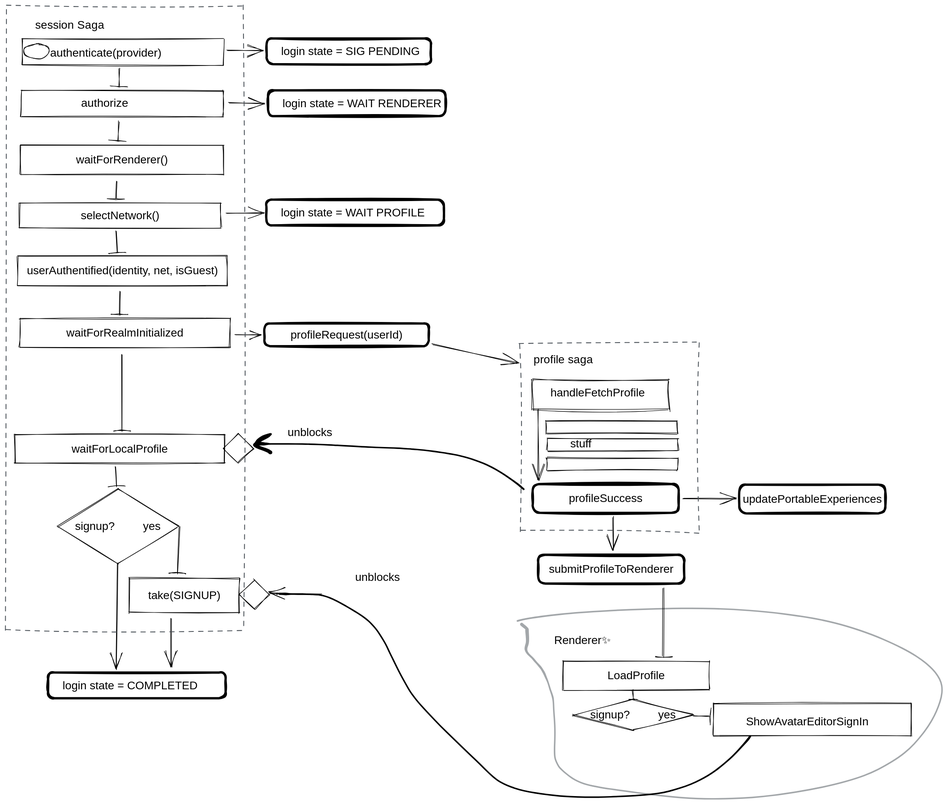
Above: docs/sagas.excalidraw.svg in decentraland/kernel (Excalidraw), before the change. Source tidied: one line per element, renumbered; positions are measured from the earlier drawing's top-left corner, leaving out a move shared by most shapes.
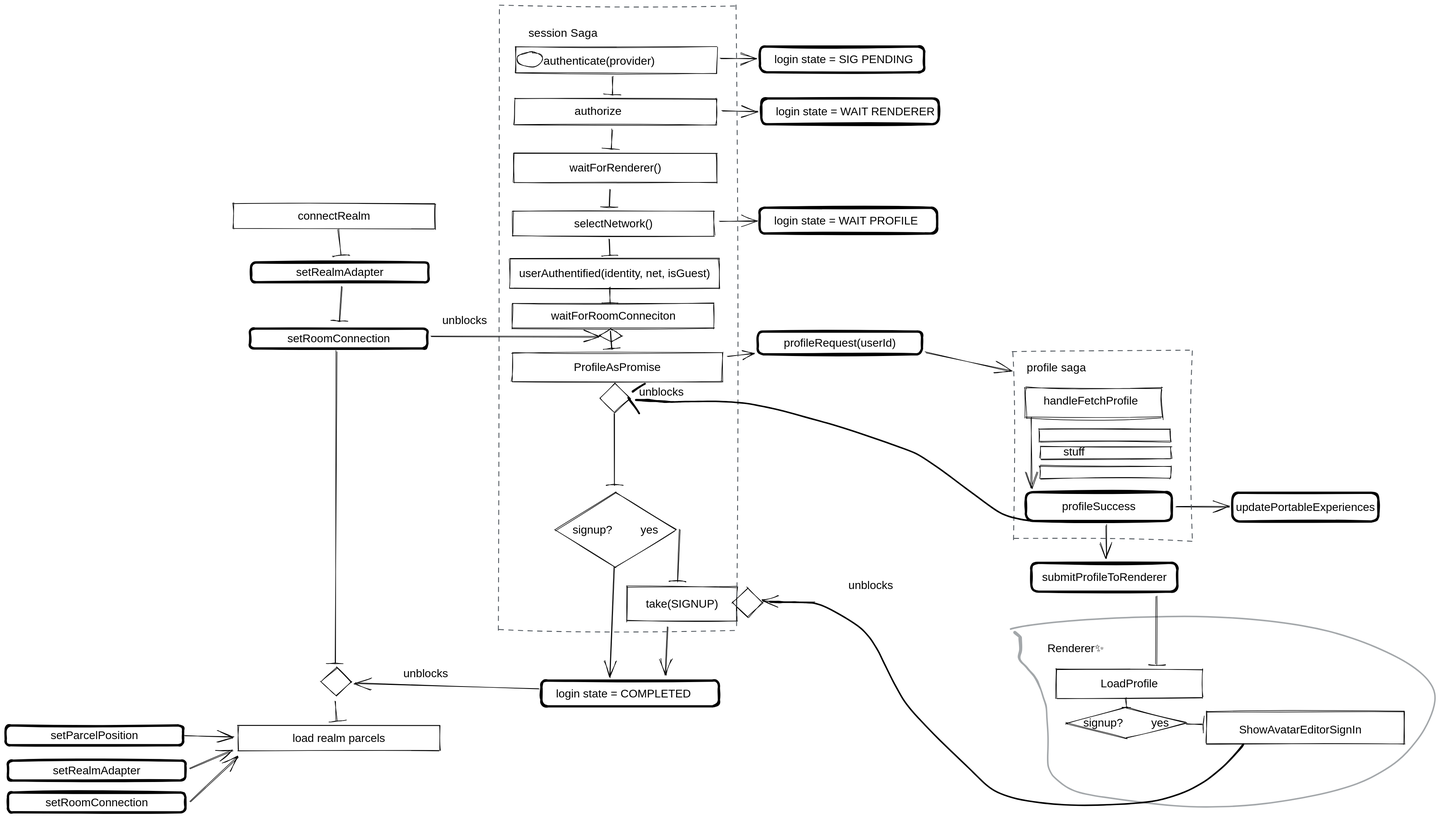
The same diagram one commit later.

Diff of the diagram source:
```diff
@@ -20,15 +20,15 @@
 {"id": 19, "type": "rectangle", "strokeColor": "#000000", "strokeWidth": 4, "roughness": 1, "x": 460, "y": 342, "width": 313, "height": 45}
 {"id": 20, "type": "text", "text": "login state = WAIT PROFILE", "strokeColor": "#000000", "strokeWidth": 4, "roughness": 1, "fontSize": 20, "fontFamily": 2, "x": 486, "y": 354, "width": 255, "height": 23}
 {"id": 21, "type": "ellipse", "strokeColor": "#000000", "strokeWidth": 1, "roughness": 1, "x": 32, "y": 68, "width": 45, "height": 26}
-{"id": 22, "type": "rectangle", "strokeColor": "#000000", "strokeWidth": 1, "roughness": 1, "x": 21, "y": 441, "width": 370, "height": 53}
+{"id": 22, "type": "rectangle", "strokeColor": "#000000", "strokeWidth": 1, "roughness": 1, "x": 19, "y": 432, "width": 370, "height": 53}
-{"id": 23, "type": "text", "text": "userAuthentified(identity, net, isGuest)", "strokeColor": "#000000", "strokeWidth": 1, "roughness": 1, "fontSize": 20, "fontFamily": 2, "textAlign": "center", "verticalAlign": "middle", "inside": 22, "x": 26, "y": 456, "width": 360, "height": 23}
+{"id": 23, "type": "text", "text": "userAuthentified(identity, net, isGuest)", "strokeColor": "#000000", "strokeWidth": 1, "roughness": 1, "fontSize": 20, "fontFamily": 2, "textAlign": "center", "verticalAlign": "middle", "inside": 22, "x": 24, "y": 447, "width": 360, "height": 23}
-{"id": 24, "type": "arrow", "strokeColor": "#000000", "strokeWidth": 1, "roughness": 1, "endArrowhead": "bar", "from": 15, "to": 22, "x": 194, "y": 398, "width": 2, "height": 38, "points": [[0, 0], [2, 38]]}
+{"id": 24, "type": "arrow", "strokeColor": "#000000", "strokeWidth": 1, "roughness": 1, "endArrowhead": "bar", "from": 15, "to": 22, "x": 194, "y": 398, "width": 1, "height": 28, "points": [[0, 0], [1, 28]]}
-{"id": 25, "type": "rectangle", "strokeColor": "#000000", "strokeWidth": 1, "roughness": 1, "x": 25, "y": 552, "width": 371, "height": 51}
+{"id": 25, "type": "rectangle", "strokeColor": "#000000", "strokeWidth": 1, "roughness": 1, "x": 23, "y": 598, "width": 371, "height": 51}
-{"id": 26, "type": "text", "text": "waitForRealmInitialized", "strokeColor": "#000000", "strokeWidth": 1, "roughness": 1, "fontSize": 20, "fontFamily": 2, "textAlign": "center", "verticalAlign": "middle", "inside": 25, "x": 30, "y": 566, "width": 361, "height": 23}
+{"id": 26, "type": "text", "text": "ProfileAsPromise", "strokeColor": "#000000", "strokeWidth": 1, "roughness": 1, "fontSize": 20, "fontFamily": 2, "textAlign": "center", "verticalAlign": "middle", "inside": 25, "x": 131, "y": 612, "width": 155, "height": 23}
-{"id": 27, "type": "arrow", "strokeColor": "#000000", "strokeWidth": 1, "roughness": 1, "endArrowhead": "bar", "from": 22, "to": 25, "x": 201, "y": 505, "width": 1, "height": 42, "points": [[0, 0], [1, 42]]}
+{"id": 27, "type": "arrow", "strokeColor": "#000000", "strokeWidth": 1, "roughness": 1, "endArrowhead": "bar", "from": 87, "to": 25, "x": 196, "y": 560, "width": 4, "height": 32, "points": [[0, 0], [4, 32]]}
 {"id": 28, "type": "rectangle", "strokeColor": "#000000", "strokeWidth": 4, "roughness": 1, "x": 457, "y": 561, "width": 290, "height": 40}
 {"id": 29, "type": "text", "text": "profileRequest(userId)", "strokeColor": "#000000", "strokeWidth": 1, "roughness": 1, "fontSize": 20, "fontFamily": 2, "textAlign": "center", "verticalAlign": "middle", "inside": 28, "x": 462, "y": 570, "width": 280, "height": 23}
-{"id": 30, "type": "arrow", "strokeColor": "#000000", "strokeWidth": 1, "roughness": 1, "endArrowhead": "arrow", "from": 25, "to": 28, "x": 406, "y": 581, "width": 44, "height": 0, "points": [[0, 0], [44, 0]]}
+{"id": 30, "type": "arrow", "strokeColor": "#000000", "strokeWidth": 1, "roughness": 1, "endArrowhead": "arrow", "from": 25, "to": 28, "x": 405, "y": 605, "width": 46, "height": 5, "points": [[0, 0], [46, -5]]}
 {"id": 31, "type": "arrow", "strokeColor": "#000000", "strokeWidth": 1, "roughness": 1, "endArrowhead": "arrow", "from": 28, "to": 78, "x": 753, "y": 598, "width": 150, "height": 33, "points": [[0, 0], [150, 33]]}
 {"id": 32, "type": "rectangle", "strokeColor": "#000000", "strokeWidth": 1, "roughness": 2, "x": 930, "y": 660, "width": 241, "height": 53}
 {"id": 33, "type": "text", "text": "handleFetchProfile", "strokeColor": "#000000", "strokeWidth": 1, "roughness": 1, "fontSize": 20, "fontFamily": 2, "x": 962, "y": 672, "width": 168, "height": 23}
@@ -46,22 +46,18 @@
 {"id": 45, "type": "arrow", "strokeColor": "#000000", "strokeWidth": 1, "roughness": 1, "endArrowhead": "arrow", "from": 39, "to": 46, "x": 1197, "y": 870, "width": 94, "height": 0, "points": [[0, 0], [94, 0]]}
 {"id": 46, "type": "rectangle", "strokeColor": "#000000", "strokeWidth": 4, "roughness": 1, "x": 1295, "y": 846, "width": 258, "height": 51}
 {"id": 47, "type": "text", "text": "updatePortableExperiences", "strokeColor": "#000000", "strokeWidth": 1, "roughness": 1, "fontSize": 20, "fontFamily": 2, "textAlign": "center", "verticalAlign": "middle", "inside": 46, "x": 1300, "y": 860, "width": 248, "height": 23}
-{"id": 48, "type": "rectangle", "strokeColor": "#000000", "strokeWidth": 1, "roughness": 1, "x": 16, "y": 757, "width": 371, "height": 51}
-{"id": 49, "type": "text", "text": "waitForLocalProfile", "strokeColor": "#000000", "strokeWidth": 1, "roughness": 1, "fontSize": 20, "fontFamily": 2, "textAlign": "center", "verticalAlign": "middle", "inside": 48, "x": 21, "y": 771, "width": 361, "height": 23}
-{"id": 50, "type": "arrow", "strokeColor": "#000000", "strokeWidth": 1, "roughness": 1, "endArrowhead": "bar", "from": 25, "to": 48, "x": 205, "y": 616, "width": 0, "height": 135, "points": [[0, 0], [0, 135]]}
+{"id": 50, "type": "arrow", "strokeColor": "#000000", "strokeWidth": 1, "roughness": 1, "endArrowhead": "bar", "from": 51, "to": 54, "x": 203, "y": 706, "width": 0, "height": 126, "points": [[0, 0], [0, 126]]}
-{"id": 51, "type": "diamond", "strokeColor": "#000000", "strokeWidth": 1, "roughness": 1, "x": 384, "y": 756, "width": 54, "height": 51}
+{"id": 51, "type": "diamond", "strokeColor": "#000000", "strokeWidth": 1, "roughness": 1, "x": 178, "y": 653, "width": 54, "height": 51}
-{"id": 52, "type": "freedraw", "strokeColor": "#000000", "strokeWidth": 1, "roughness": 1, "x": 915, "y": 854, "width": 476, "height": 97, "points": [[0, 0], [-21, -17], [-115, -60], [-190, -70], [-267, -74], [-382, -80], [-451, -80], [-454, -80], [-458, -80], [-460, -80], [-462, -80], [-465, -80], [-467, -80], [-469, -80], [-470, -80], [-472, -80], [-472, -81], [-457, -94], [-446, -97], [-455, -92], [-475, -79], [-475, -78], [-470, -75], [-456, -70], [-452, -68], [-450, -67]]}
-{"id": 53, "type": "text", "text": "unblocks", "strokeColor": "#000000", "strokeWidth": 1, "roughness": 1, "fontSize": 20, "fontFamily": 2, "x": 498, "y": 742, "width": 80, "height": 23}
+{"id": 53, "type": "text", "text": "unblocks", "strokeColor": "#000000", "strokeWidth": 1, "roughness": 1, "fontSize": 20, "fontFamily": 2, "x": 247, "y": 656, "width": 80, "height": 23}
-{"id": 54, "type": "diamond", "strokeColor": "#000000", "strokeWidth": 1, "roughness": 1, "x": 92, "y": 853, "width": 213, "height": 133}
+{"id": 54, "type": "diamond", "strokeColor": "#000000", "strokeWidth": 1, "roughness": 1, "x": 99, "y": 845, "width": 213, "height": 133}
-{"id": 55, "type": "text", "text": "signup?         yes", "strokeColor": "#000000", "strokeWidth": 1, "roughness": 1, "fontSize": 20, "fontFamily": 2, "textAlign": "center", "verticalAlign": "middle", "inside": 54, "x": 97, "y": 908, "width": 203, "height": 23}
+{"id": 55, "type": "text", "text": "signup?         yes", "strokeColor": "#000000", "strokeWidth": 1, "roughness": 1, "fontSize": 20, "fontFamily": 2, "textAlign": "center", "verticalAlign": "middle", "inside": 54, "x": 104, "y": 900, "width": 203, "height": 23}
-{"id": 56, "type": "arrow", "strokeColor": "#000000", "strokeWidth": 1, "roughness": 1, "endArrowhead": "bar", "from": 48, "to": 54, "x": 193, "y": 814, "width": 2, "height": 35, "points": [[0, 0], [2, 35]]}
-{"id": 57, "type": "rectangle", "strokeColor": "#000000", "strokeWidth": 1, "roughness": 1, "x": 218, "y": 1011, "width": 195, "height": 61}
+{"id": 57, "type": "rectangle", "strokeColor": "#000000", "strokeWidth": 1, "roughness": 1, "x": 226, "y": 1012, "width": 195, "height": 61}
-{"id": 58, "type": "text", "text": "take(SIGNUP)", "strokeColor": "#000000", "strokeWidth": 1, "roughness": 1, "fontSize": 20, "fontFamily": 2, "textAlign": "center", "verticalAlign": "middle", "inside": 57, "x": 223, "y": 1030, "width": 185, "height": 23}
+{"id": 58, "type": "text", "text": "take(SIGNUP)", "strokeColor": "#000000", "strokeWidth": 1, "roughness": 1, "fontSize": 20, "fontFamily": 2, "textAlign": "center", "verticalAlign": "middle", "inside": 57, "x": 231, "y": 1031, "width": 185, "height": 23}
-{"id": 59, "type": "arrow", "strokeColor": "#000000", "strokeWidth": 1, "roughness": 1, "endArrowhead": "bar", "from": 54, "to": 57, "x": 308, "y": 920, "width": 6, "height": 83, "points": [[0, 0], [-6, 83]]}
+{"id": 59, "type": "arrow", "strokeColor": "#000000", "strokeWidth": 1, "roughness": 1, "endArrowhead": "bar", "from": 54, "to": 57, "x": 320, "y": 911, "width": 6, "height": 92, "points": [[0, 0], [-6, 92]]}
 {"id": 60, "type": "rectangle", "strokeColor": "#000000", "strokeWidth": 4, "roughness": 1, "x": 75, "y": 1177, "width": 313, "height": 45}
 {"id": 61, "type": "text", "text": "login state = COMPLETED", "strokeColor": "#000000", "strokeWidth": 4, "roughness": 1, "fontSize": 20, "fontFamily": 2, "x": 101, "y": 1189, "width": 240, "height": 23}
-{"id": 62, "type": "arrow", "strokeColor": "#000000", "strokeWidth": 1, "roughness": 1, "endArrowhead": "arrow", "from": 54, "to": 60, "x": 198, "y": 986, "width": 3, "height": 186, "points": [[0, 0], [-3, 186]]}
+{"id": 62, "type": "arrow", "strokeColor": "#000000", "strokeWidth": 1, "roughness": 1, "endArrowhead": "arrow", "from": 54, "to": 60, "x": 204, "y": 978, "width": 8, "height": 194, "points": [[0, 0], [-8, 194]]}
-{"id": 63, "type": "arrow", "strokeColor": "#000000", "strokeWidth": 1, "roughness": 1, "endArrowhead": "arrow", "from": 57, "to": 60, "x": 293, "y": 1081, "width": 1, "height": 86, "points": [[0, 0], [1, 86]]}
+{"id": 63, "type": "arrow", "strokeColor": "#000000", "strokeWidth": 1, "roughness": 1, "endArrowhead": "arrow", "from": 57, "to": 60, "x": 298, "y": 1082, "width": 3, "height": 85, "points": [[0, 0], [-3, 85]]}
 {"id": 64, "type": "freedraw", "strokeColor": "#495057", "strokeWidth": 1, "roughness": 1, "opacity": 50, "x": 904, "y": 1086, "width": 752, "height": 338, "points": [[0, 0], [113, -16], [419, -20], [659, 35], [750, 107], [730, 181], [628, 269], [434, 311], [282, 312], [156, 296], [100, 280], [70, 255], [65, 226], [66, 188], [64, 152], [62, 133], [54, 107], [48, 94], [38, 79], [25, 64], [15, 52], [16, 44], [18, 33], [17, 24], [17, 17], [17, 14]]}
 {"id": 65, "type": "text", "text": "Renderer✨ ", "strokeColor": "#000000", "strokeWidth": 1, "roughness": 1, "fontSize": 20, "fontFamily": 2, "x": 969, "y": 1107, "width": 110, "height": 26}
 {"id": 66, "type": "rectangle", "strokeColor": "#000000", "strokeWidth": 1, "roughness": 1, "x": 984, "y": 1157, "width": 258, "height": 51}
@@ -77,5 +73,38 @@
 {"id": 76, "type": "text", "text": "unblocks", "strokeColor": "#000000", "strokeWidth": 1, "roughness": 1, "fontSize": 20, "fontFamily": 2, "x": 617, "y": 998, "width": 80, "height": 23}
 {"id": 77, "type": "diamond", "strokeColor": "#000000", "strokeWidth": 1, "roughness": 1, "x": 412, "y": 1014, "width": 54, "height": 51}
 {"id": 78, "type": "rectangle", "strokeColor": "#495057", "strokeWidth": 1, "strokeStyle": "dashed", "roughness": 2, "x": 907, "y": 595, "width": 315, "height": 334}
-{"id": 79, "type": "rectangle", "strokeColor": "#495057", "strokeWidth": 1, "strokeStyle": "dashed", "roughness": 2, "x": 0, "y": 0, "width": 419, "height": 1102}
+{"id": 79, "type": "rectangle", "strokeColor": "#495057", "strokeWidth": 1, "strokeStyle": "dashed", "roughness": 2, "x": -1, "y": -14, "width": 419, "height": 1102}
 {"id": 80, "type": "arrow", "strokeColor": "#000000", "strokeWidth": 1, "roughness": 1, "endArrowhead": "arrow", "to": 77, "x": 558, "y": 1039, "width": 91, "height": 2, "points": [[0, 0], [-91, -2]]}
+{"id": 81, "type": "freedraw", "strokeColor": "#000000", "strokeWidth": 1, "roughness": 1, "x": 946, "y": 916, "width": 698, "height": 213, "points": [[-7, -21], [-15, -22], [-49, -29], [-75, -43], [-126, -82], [-161, -108], [-201, -135], [-225, -147], [-306, -174], [-373, -195], [-428, -210], [-467, -220], [-494, -226], [-517, -229], [-541, -231], [-565, -232], [-588, -231], [-609, -231], [-624, -231], [-639, -230], [-649, -231], [-654, -231], [-672, -232], [-674, -233], [-680, -233], [-683, -233], [-699, -234], [-704, -234]]}
+{"id": 82, "type": "freedraw", "strokeColor": "#000000", "strokeWidth": 1, "roughness": 1, "x": 236, "y": 667, "width": 22, "height": 14, "points": [[0, 0], [2, -1], [5, -4], [9, -7], [14, -10], [18, -12], [20, -13], [22, -14], [22, -14], [21, -14], [21, -14]]}
+{"id": 83, "type": "freedraw", "strokeColor": "#000000", "angle": 6.27, "strokeWidth": 1, "roughness": 1, "x": 229, "y": 678, "width": 19, "height": 28, "points": [[0, 0], [0, 0], [0, 1], [1, 3], [3, 5], [5, 8], [7, 11], [10, 14], [13, 19], [16, 23], [17, 26], [18, 27], [19, 28], [19, 28], [19, 28], [19, 28], [19, 28]]}
+{"id": 84, "type": "diamond", "strokeColor": "#000000", "strokeWidth": 1, "roughness": 1, "x": -314, "y": 1154, "width": 54, "height": 51}
+{"id": 85, "type": "arrow", "strokeColor": "#000000", "strokeWidth": 1, "roughness": 1, "endArrowhead": "arrow", "from": 60, "to": 84, "x": 70, "y": 1191, "width": 324, "height": 10, "points": [[0, 0], [-324, -10]]}
+{"id": 86, "type": "text", "text": "unblocks", "strokeColor": "#000000", "strokeWidth": 1, "roughness": 1, "fontSize": 20, "fontFamily": 2, "x": -169, "y": 1153, "width": 80, "height": 23}
+{"id": 87, "type": "rectangle", "strokeColor": "#000000", "strokeWidth": 1, "roughness": 1, "x": 24, "y": 511, "width": 356, "height": 44}
+{"id": 88, "type": "text", "text": "waitForRoomConneciton", "strokeColor": "#000000", "strokeWidth": 1, "roughness": 1, "fontSize": 20, "fontFamily": 2, "textAlign": "center", "verticalAlign": "middle", "inside": 87, "x": 91, "y": 522, "width": 222, "height": 23}
+{"id": 89, "type": "arrow", "strokeColor": "#000000", "strokeWidth": 1, "roughness": 1, "endArrowhead": "bar", "to": 87, "x": 196, "y": 483, "width": 1, "height": 28, "points": [[0, 0], [1, 28]]}
+{"id": 90, "type": "rectangle", "strokeColor": "#000000", "strokeWidth": 1, "roughness": 1, "x": -470, "y": 335, "width": 356, "height": 44}
+{"id": 91, "type": "text", "text": "connectRealm", "strokeColor": "#000000", "strokeWidth": 1, "roughness": 1, "fontSize": 20, "fontFamily": 2, "textAlign": "center", "verticalAlign": "middle", "inside": 90, "x": -357, "y": 346, "width": 130, "height": 23}
+{"id": 92, "type": "rectangle", "strokeColor": "#000000", "strokeWidth": 4, "roughness": 1, "x": -438, "y": 439, "width": 313, "height": 35}
+{"id": 93, "type": "text", "text": "setRealmAdapter", "strokeColor": "#000000", "strokeWidth": 1, "roughness": 1, "fontSize": 20, "fontFamily": 2, "textAlign": "center", "verticalAlign": "middle", "inside": 92, "x": -360, "y": 445, "width": 157, "height": 23}
+{"id": 94, "type": "rectangle", "strokeColor": "#000000", "strokeWidth": 4, "roughness": 1, "x": -440, "y": 556, "width": 313, "height": 35}
+{"id": 95, "type": "text", "text": "setRoomConnection", "strokeColor": "#000000", "strokeWidth": 1, "roughness": 1, "fontSize": 20, "fontFamily": 2, "textAlign": "center", "verticalAlign": "middle", "inside": 94, "x": -375, "y": 562, "width": 183, "height": 23}
+{"id": 96, "type": "arrow", "strokeColor": "#000000", "strokeWidth": 1, "roughness": 1, "endArrowhead": "arrow", "from": 94, "to": 97, "x": -120, "y": 571, "width": 297, "height": 1, "points": [[0, 0], [297, 1]]}
+{"id": 97, "type": "diamond", "strokeColor": "#000000", "strokeWidth": 1, "roughness": 1, "x": 177, "y": 557, "width": 40, "height": 22}
+{"id": 98, "type": "text", "text": "unblocks", "strokeColor": "#000000", "strokeWidth": 1, "roughness": 1, "fontSize": 20, "fontFamily": 2, "x": -100, "y": 530, "width": 80, "height": 23}
+{"id": 99, "type": "arrow", "strokeColor": "#000000", "strokeWidth": 1, "roughness": 1, "endArrowhead": "bar", "from": 90, "to": 92, "x": -284, "y": 380, "width": 4, "height": 45, "points": [[0, 0], [4, 45]]}
+{"id": 100, "type": "arrow", "strokeColor": "#000000", "strokeWidth": 1, "roughness": 1, "endArrowhead": "bar", "from": 92, "to": 94, "x": -277, "y": 482, "width": 4, "height": 61, "points": [[0, 0], [-4, 61]]}
+{"id": 101, "type": "rectangle", "strokeColor": "#000000", "strokeWidth": 1, "roughness": 1, "x": -461, "y": 1257, "width": 356, "height": 44}
+{"id": 102, "type": "text", "text": "load realm parcels", "strokeColor": "#000000", "strokeWidth": 1, "roughness": 1, "fontSize": 20, "fontFamily": 2, "textAlign": "center", "verticalAlign": "middle", "inside": 101, "x": -366, "y": 1267, "width": 165, "height": 23}
+{"id": 103, "type": "arrow", "strokeColor": "#000000", "strokeWidth": 1, "roughness": 1, "endArrowhead": "bar", "from": 94, "to": 84, "x": -288, "y": 595, "width": 1, "height": 550, "points": [[0, 0], [-1, 550]]}
+{"id": 104, "type": "arrow", "strokeColor": "#000000", "strokeWidth": 1, "roughness": 1, "endArrowhead": "bar", "from": 84, "to": 101, "x": -289, "y": 1213, "width": 2, "height": 37, "points": [[0, 0], [2, 37]]}
+{"id": 105, "type": "rectangle", "strokeColor": "#000000", "strokeWidth": 4, "roughness": 1, "x": -872, "y": 1257, "width": 313, "height": 35}
+{"id": 106, "type": "text", "text": "setParcelPosition", "strokeColor": "#000000", "strokeWidth": 1, "roughness": 1, "fontSize": 20, "fontFamily": 2, "textAlign": "center", "verticalAlign": "middle", "inside": 105, "x": -793, "y": 1263, "width": 157, "height": 23}
+{"id": 107, "type": "arrow", "strokeColor": "#000000", "strokeWidth": 1, "roughness": 1, "endArrowhead": "arrow", "from": 105, "to": 101, "x": -555, "y": 1274, "width": 87, "height": 3, "points": [[0, 0], [87, 3]]}
+{"id": 108, "type": "rectangle", "strokeColor": "#000000", "strokeWidth": 4, "roughness": 1, "x": -868, "y": 1319, "width": 313, "height": 35}
+{"id": 109, "type": "text", "text": "setRealmAdapter", "strokeColor": "#000000", "strokeWidth": 1, "roughness": 1, "fontSize": 20, "fontFamily": 2, "textAlign": "center", "verticalAlign": "middle", "inside": 108, "x": -789, "y": 1325, "width": 157, "height": 23}
+{"id": 110, "type": "rectangle", "strokeColor": "#000000", "strokeWidth": 4, "roughness": 1, "x": -867, "y": 1375, "width": 313, "height": 35}
+{"id": 111, "type": "text", "text": "setRoomConnection", "strokeColor": "#000000", "strokeWidth": 1, "roughness": 1, "fontSize": 20, "fontFamily": 2, "textAlign": "center", "verticalAlign": "middle", "inside": 110, "x": -802, "y": 1381, "width": 183, "height": 23}
+{"id": 112, "type": "arrow", "strokeColor": "#000000", "strokeWidth": 1, "roughness": 1, "endArrowhead": "arrow", "from": 108, "to": 101, "x": -547, "y": 1333, "width": 77, "height": 33, "points": [[0, 0], [77, -33]]}
+{"id": 113, "type": "arrow", "strokeColor": "#000000", "strokeWidth": 1, "roughness": 1, "endArrowhead": "arrow", "from": 110, "to": 101, "x": -545, "y": 1391, "width": 85, "height": 78, "points": [[0, 0], [85, -78]]}
```
